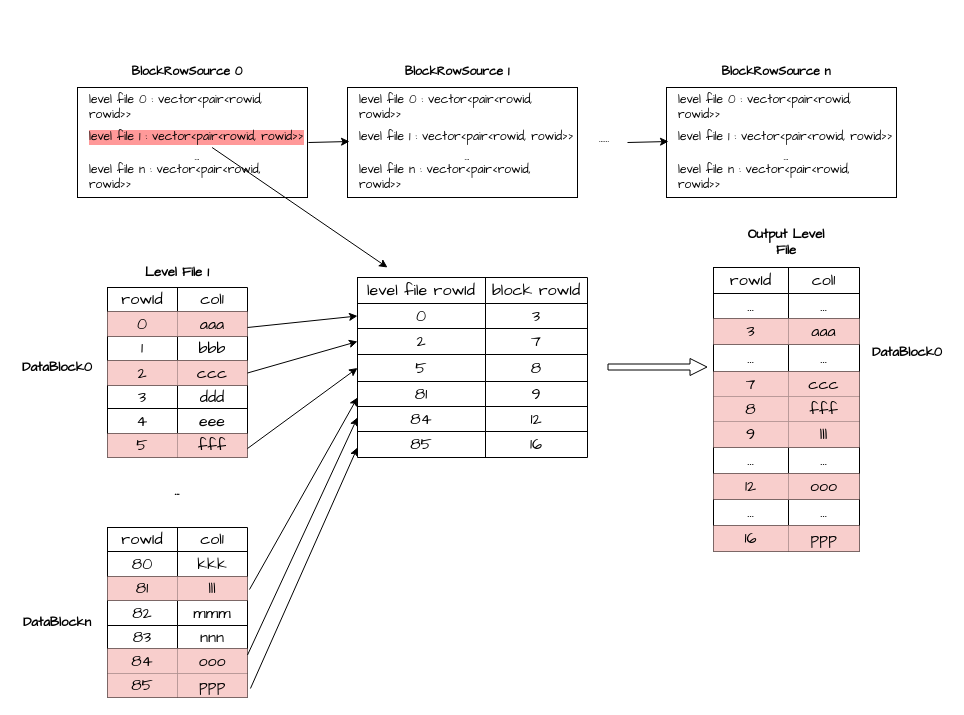
yeqiyi/drawIO keeps this draw.io diagram as compact.drawio. Above is the earlier version. Source tidied: cells renumbered, new cells numbered last; positions are measured from the earlier drawing's top-left corner, leaving out a move shared by most shapes. Both pictures are drawn from the tidied source at 100%, with x=0, y=0 at pixel (17, 57).
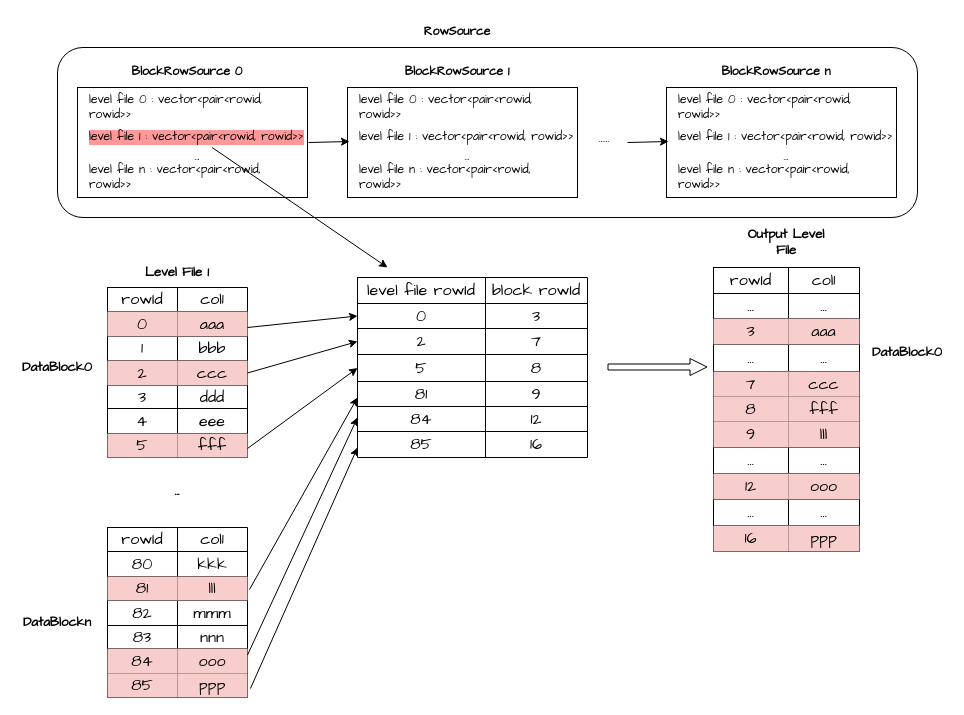
After the change.

The edit, as a diff of the source:
```diff
@@
+    <mxCell id="137" style="rounded=1;whiteSpace=wrap;html=1;" parent="1" vertex="1">
+      <mxGeometry x="40" y="-10" width="860" height="170" as="geometry" />
+    </mxCell>
@@
+    <mxCell id="138" value="RowSource" style="text;html=1;align=center;verticalAlign=middle;whiteSpace=wrap;rounded=0;fontFamily=Comic Sans MS;fontStyle=1;" parent="1" vertex="1">
+      <mxGeometry x="360" y="-40" width="160" height="30" as="geometry" />
+    </mxCell>
```
